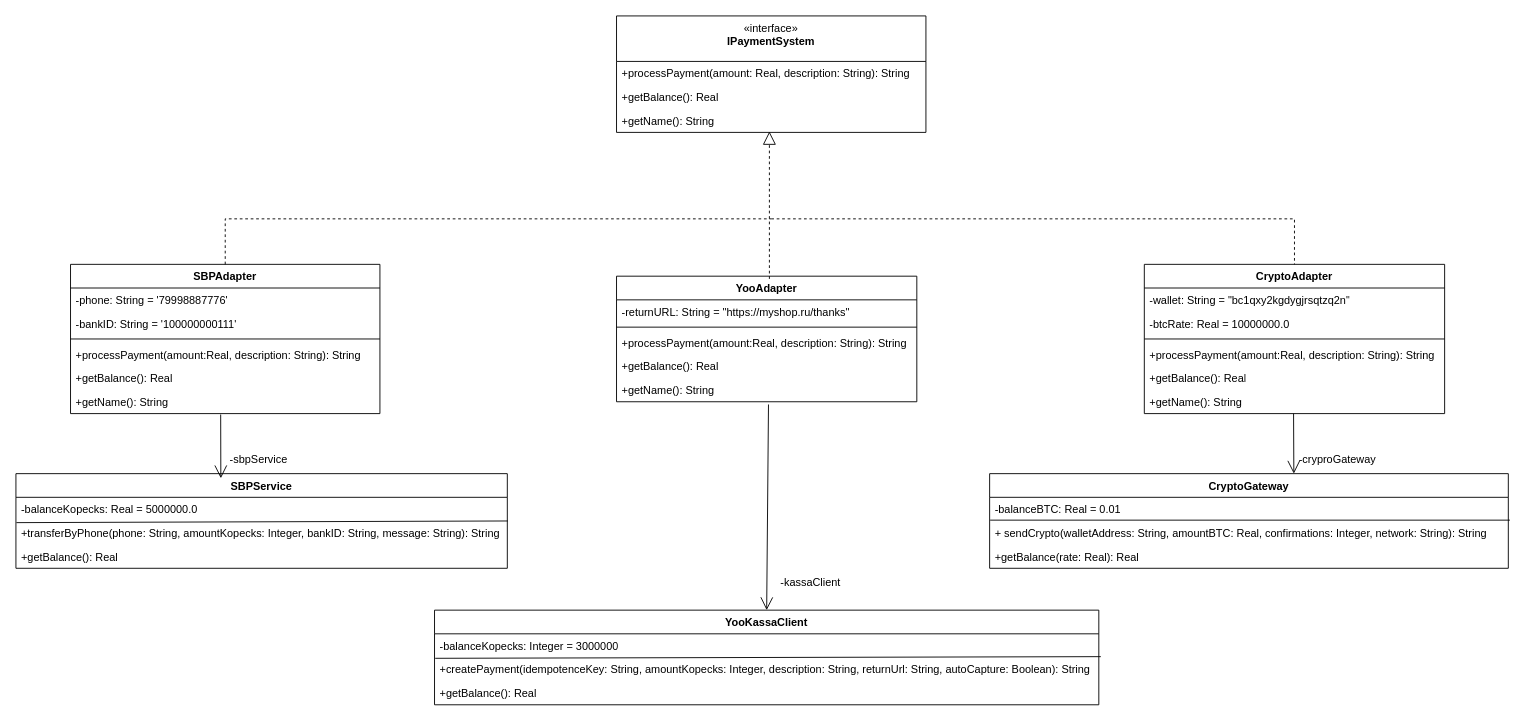
razzgrape/Object-oriented-analysis-and-design-2 keeps this draw.io diagram as lab02/docs/ooap2.drawio. Above is the earlier version. Source tidied: cells renumbered, new cells numbered last; positions are measured from the earlier drawing's top-left corner, leaving out a move shared by most shapes. Both pictures are drawn from the tidied source at 91%, with x=0, y=0 at pixel (15, 15).
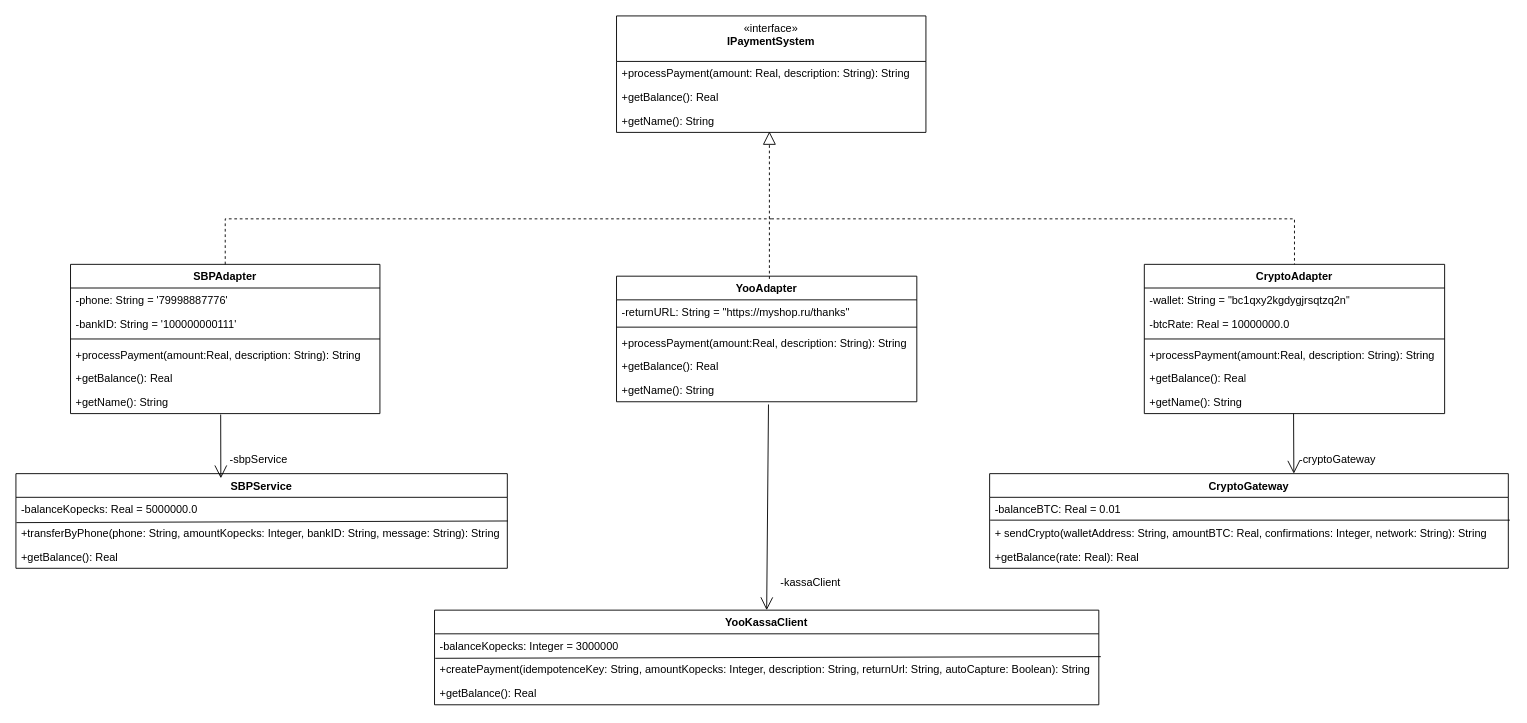
The same diagram, later.

Diff of the diagram source:
```diff
@@
-    <mxCell id="49" value="-cryproGateway" style="text;html=1;whiteSpace=wrap;strokeColor=none;fillColor=none;align=center;verticalAlign=middle;rounded=0;" parent="1" vertex="1">
+    <mxCell id="49" value="-cryptoGateway" style="text;html=1;whiteSpace=wrap;strokeColor=none;fillColor=none;align=center;verticalAlign=middle;rounded=0;" parent="1" vertex="1">
       <mxGeometry x="1401" y="473" width="103" height="30" as="geometry" />
     </mxCell>
```
